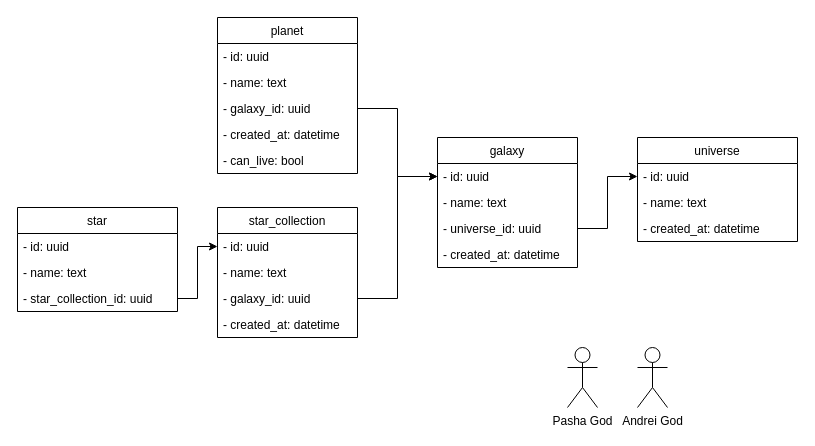
Earlier version of the draw.io diagram db_diagram.drawio (ZetoOfficial/star). Source tidied: cells renumbered, new cells numbered last; positions are measured from the earlier drawing's top-left corner, leaving out a move shared by most shapes. Both pictures are drawn from the tidied source at 100%, with x=0, y=0 at pixel (17, 17).
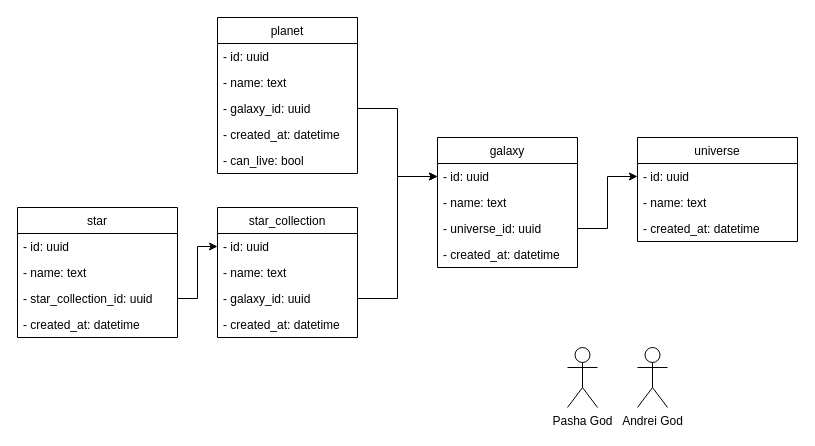
The same page after the edit.

Commit message:
Добавил created_at для star | drawio

Change to the diagram source:
```diff
@@
     <mxCell id="26" value="star" style="swimlane;fontStyle=0;horizontal=1;startSize=26;fillColor=none;" parent="1" vertex="1">
-      <mxGeometry y="190" width="160" height="104" as="geometry" />
+      <mxGeometry y="190" width="160" height="130" as="geometry" />
     </mxCell>
@@
+    <mxCell id="33" value="- created_at: datetime&#10;" style="text;strokeColor=none;fillColor=none;align=left;verticalAlign=top;spacingLeft=4;spacingRight=4;overflow=hidden;" parent="26" vertex="1">
+      <mxGeometry y="104" width="160" height="26" as="geometry" />
+    </mxCell>
```
